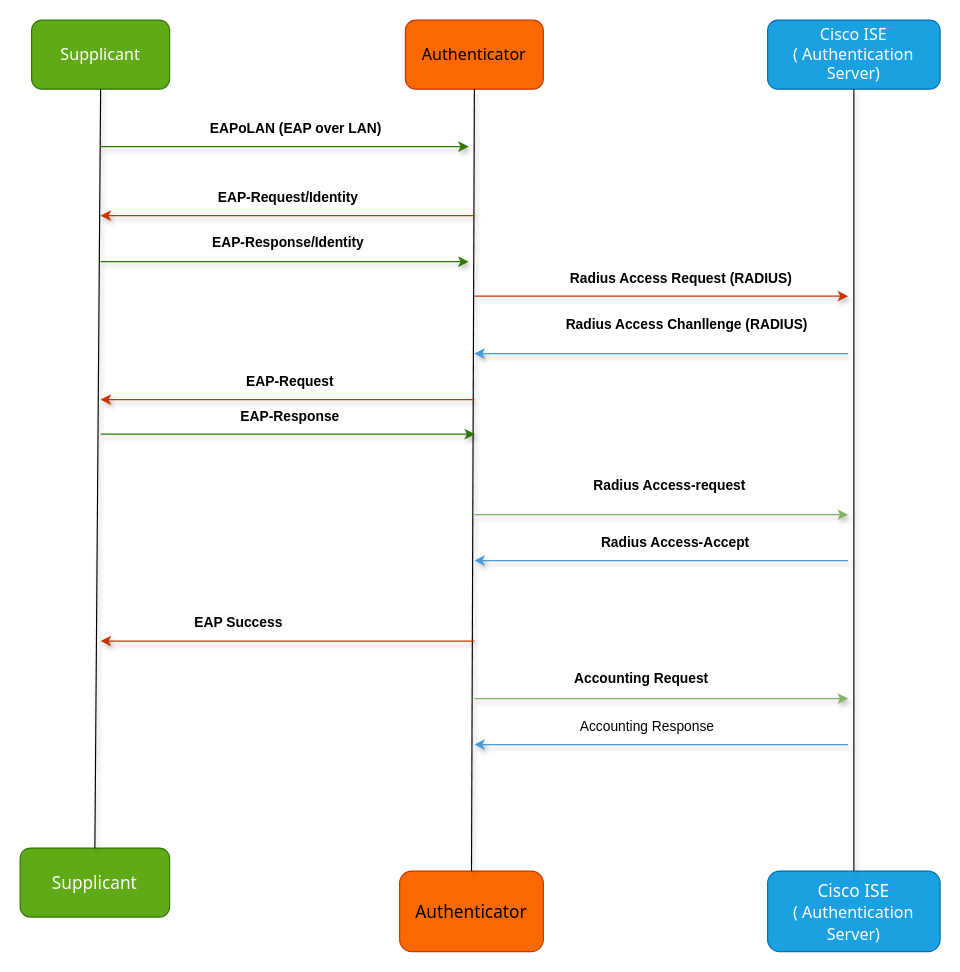
Before: folder1/Untitled Diagram.drawio in thundah-quack/Draw.IO_charts, a draw.io diagram. Source tidied: cells renumbered, new cells numbered last; positions are measured from the earlier drawing's top-left corner, leaving out a move shared by most shapes. Both pictures are drawn from the tidied source at 115%, with x=0, y=0 at pixel (20, 20).
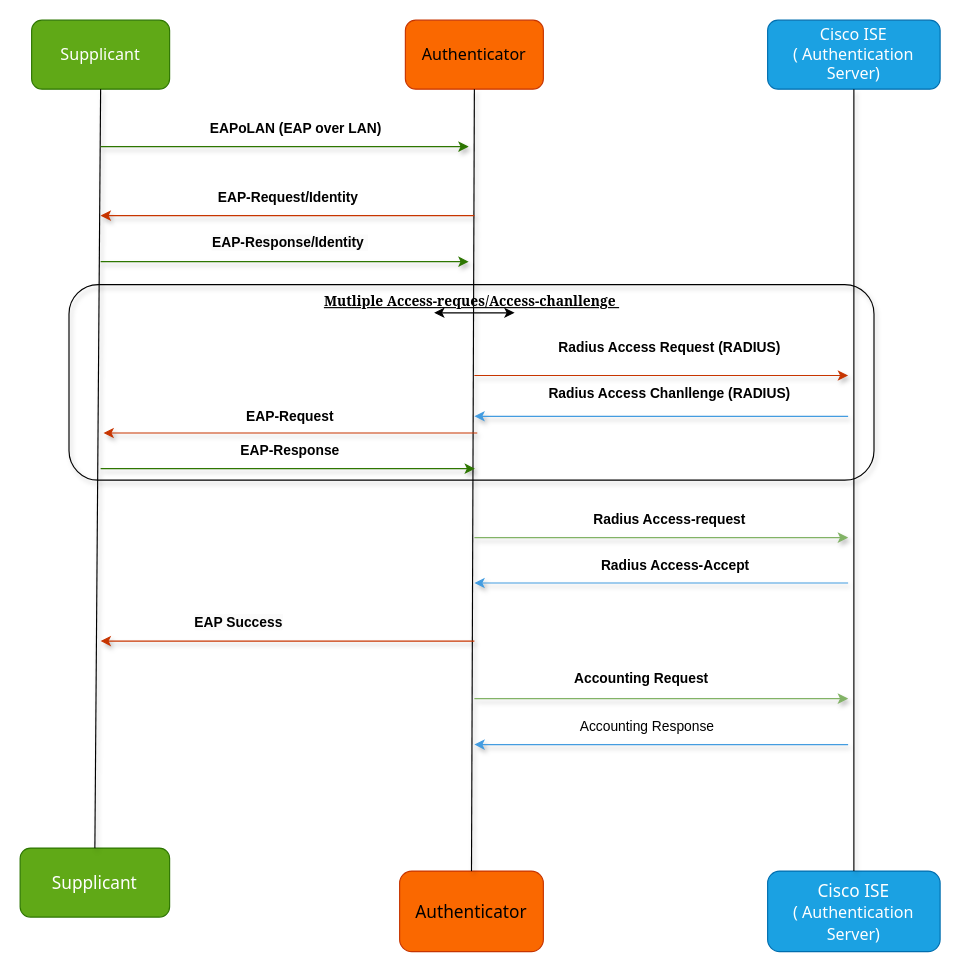
The same diagram, later.

What changed in the source:
```diff
@@
     <mxCell id="14" style="endArrow=classic;html=1;rounded=0;fillColor=#fa6800;strokeColor=#C73500;flowAnimation=1;shadow=1;" parent="1" edge="1">
       <mxGeometry relative="1" as="geometry">
-        <mxPoint x="395" y="240" as="sourcePoint" />
-        <mxPoint x="720" y="240" as="targetPoint" />
+        <mxPoint x="395" y="309" as="sourcePoint" />
+        <mxPoint x="720" y="309" as="targetPoint" />
       </mxGeometry>
     </mxCell>
     <mxCell id="15" style="endArrow=classic;html=1;rounded=0;fillColor=#fa6800;strokeColor=#C73500;flowAnimation=1;shadow=1;" parent="1" edge="1">
       <mxGeometry relative="1" as="geometry">
-        <mxPoint x="395" y="330" as="sourcePoint" />
-        <mxPoint x="70" y="330" as="targetPoint" />
+        <mxPoint x="397.5" y="359" as="sourcePoint" />
+        <mxPoint x="72.5" y="359" as="targetPoint" />
       </mxGeometry>
     </mxCell>
     <mxCell id="16" style="endArrow=classic;html=1;rounded=0;fillColor=#60a917;strokeColor=#2D7600;flowAnimation=1;shadow=1;" parent="1" edge="1">
       <mxGeometry relative="1" as="geometry">
-        <mxPoint x="70" y="360" as="sourcePoint" />
-        <mxPoint x="395.5" y="360" as="targetPoint" />
+        <mxPoint x="70" y="390" as="sourcePoint" />
+        <mxPoint x="395.5" y="390" as="targetPoint" />
       </mxGeometry>
     </mxCell>
     <mxCell id="17" style="endArrow=classic;html=1;rounded=0;fillColor=#dae8fc;strokeColor=#439CE0;flowAnimation=1;shadow=1;" parent="1" edge="1">
       <mxGeometry relative="1" as="geometry">
-        <mxPoint x="720" y="290" as="sourcePoint" />
-        <mxPoint x="395" y="290" as="targetPoint" />
+        <mxPoint x="720" y="344.5" as="sourcePoint" />
+        <mxPoint x="395" y="344.5" as="targetPoint" />
       </mxGeometry>
     </mxCell>
     <mxCell id="18" style="endArrow=classic;html=1;rounded=0;fillColor=#d5e8d4;strokeColor=#82b366;flowAnimation=1;shadow=1;" parent="1" edge="1">
       <mxGeometry relative="1" as="geometry">
-        <mxPoint x="395" y="430" as="sourcePoint" />
-        <mxPoint x="720" y="430" as="targetPoint" />
+        <mxPoint x="395" y="450" as="sourcePoint" />
+        <mxPoint x="720" y="450" as="targetPoint" />
       </mxGeometry>
     </mxCell>
     <mxCell id="19" style="endArrow=classic;html=1;rounded=0;fillColor=#ffe6cc;strokeColor=#439CE0;flowAnimation=1;shadow=1;" parent="1" edge="1">
       <mxGeometry relative="1" as="geometry">
-        <mxPoint x="720" y="470" as="sourcePoint" />
-        <mxPoint x="395" y="470" as="targetPoint" />
+        <mxPoint x="720" y="489.5" as="sourcePoint" />
+        <mxPoint x="395" y="489.5" as="targetPoint" />
       </mxGeometry>
     </mxCell>
@@
     <mxCell id="24" value="Radius Access Request (RADIUS)" style="text;strokeColor=none;align=center;fillColor=none;html=1;verticalAlign=middle;whiteSpace=wrap;rounded=0;fontStyle=1;" parent="1" vertex="1">
-      <mxGeometry x="475" y="210" width="200" height="30" as="geometry" />
+      <mxGeometry x="465" y="270" width="200" height="30" as="geometry" />
     </mxCell>
     <mxCell id="25" value="Radius Access Chanllenge (RADIUS)" style="text;strokeColor=none;align=center;fillColor=none;html=1;verticalAlign=middle;whiteSpace=wrap;rounded=0;fontStyle=1;" parent="1" vertex="1">
-      <mxGeometry x="465" y="250" width="230" height="30" as="geometry" />
+      <mxGeometry x="450" y="310" width="230" height="30" as="geometry" />
     </mxCell>
     <mxCell id="26" value="EAP-Request" style="text;strokeColor=none;align=center;fillColor=none;html=1;verticalAlign=middle;whiteSpace=wrap;rounded=0;fontStyle=1;" parent="1" vertex="1">
-      <mxGeometry x="160" y="300" width="150" height="30" as="geometry" />
+      <mxGeometry x="160" y="330" width="150" height="30" as="geometry" />
     </mxCell>
     <mxCell id="27" value="EAP-Response" style="text;strokeColor=none;align=center;fillColor=none;html=1;verticalAlign=middle;whiteSpace=wrap;rounded=0;fontStyle=1;" parent="1" vertex="1">
-      <mxGeometry x="160" y="330" width="150" height="30" as="geometry" />
+      <mxGeometry x="160" y="360" width="150" height="30" as="geometry" />
     </mxCell>
     <mxCell id="28" value="Radius Access-request" style="text;strokeColor=none;align=center;fillColor=none;html=1;verticalAlign=middle;whiteSpace=wrap;rounded=0;fontStyle=1;fontSize=12;" parent="1" vertex="1">
-      <mxGeometry x="490" y="390" width="150" height="30" as="geometry" />
+      <mxGeometry x="490" y="420" width="150" height="30" as="geometry" />
     </mxCell>
     <mxCell id="29" value="Radius Access-Accept" style="text;strokeColor=none;align=center;fillColor=none;html=1;verticalAlign=middle;whiteSpace=wrap;rounded=0;fontStyle=1;" parent="1" vertex="1">
-      <mxGeometry x="455" y="440" width="230" height="30" as="geometry" />
+      <mxGeometry x="455" y="460" width="230" height="30" as="geometry" />
     </mxCell>
@@
+    <mxCell id="35" style="rounded=1;whiteSpace=wrap;html=1;fillColor=none;glass=1;shadow=1;" parent="1" vertex="1">
+      <mxGeometry x="42.5" y="230" width="700" height="170" as="geometry" />
+    </mxCell>
+    <mxCell id="36" style="endArrow=classic;startArrow=classic;html=1;rounded=0;" parent="1" edge="1">
+      <mxGeometry relative="1" as="geometry">
+        <mxPoint x="360" y="254.5" as="sourcePoint" />
+        <mxPoint x="430" y="254.5" as="targetPoint" />
+      </mxGeometry>
+    </mxCell>
+    <mxCell id="37" value="&lt;b&gt;&lt;u&gt;&lt;font face=&quot;Georgia&quot;&gt;Mutliple Access-reques/Access-chanllenge&amp;nbsp;&lt;/font&gt;&lt;/u&gt;&lt;/b&gt;" style="text;strokeColor=none;align=center;fillColor=none;html=1;verticalAlign=middle;whiteSpace=wrap;rounded=0;" parent="1" vertex="1">
+      <mxGeometry x="252.5" y="230" width="280" height="30" as="geometry" />
+    </mxCell>
```
